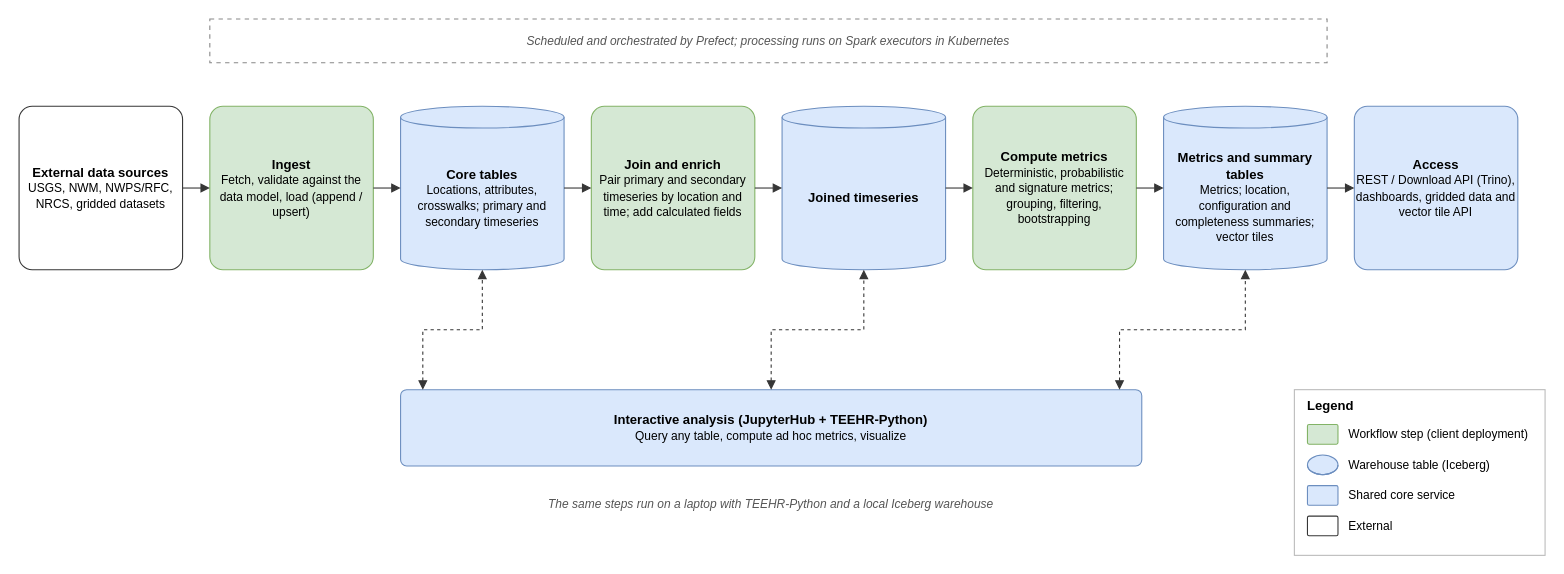
The draw.io diagram page "End-to-end data flow" (3 of 5) of docs/diagrams/drawio/teehr-framework.drawio in RTIInternational/teehr-cloud-core, before the edit. Source tidied: cells renumbered, new cells numbered last; positions are measured from the earlier drawing's top-left corner, leaving out a move shared by most shapes. Both pictures are drawn from the tidied source at 109%, with x=0, y=0 at pixel (19, 19).
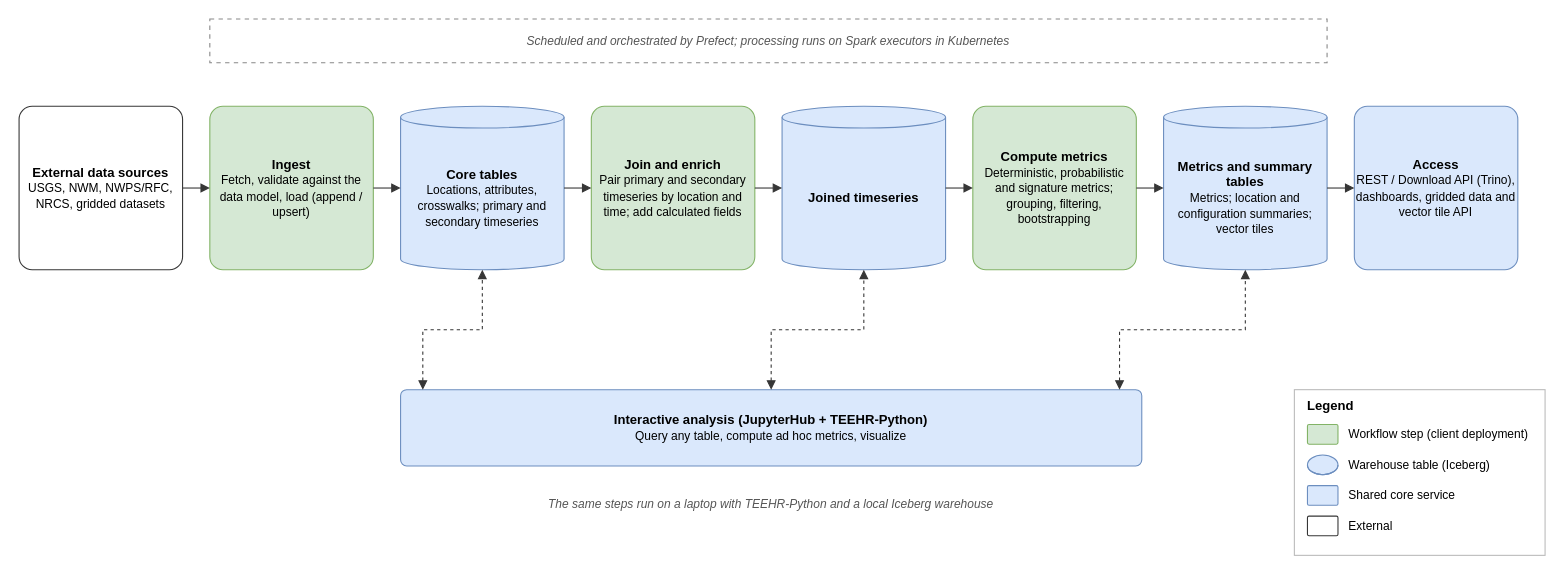
The same diagram, later.

The edit, as a diff of the source:
```diff
@@
-    <mxCell id="14" value="&lt;b&gt;Metrics and summary tables&lt;/b&gt;&lt;br&gt;&lt;font style=&quot;font-size:11px&quot;&gt;Metrics; location, configuration and completeness summaries; vector tiles&lt;/font&gt;" style="shape=cylinder3;whiteSpace=wrap;html=1;boundedLbl=1;backgroundOutline=1;size=10;fontSize=12;fillColor=#dae8fc;strokeColor=#6c8ebf;" parent="1" vertex="1">
+    <mxCell id="14" value="&lt;b&gt;Metrics and summary tables&lt;/b&gt;&lt;br&gt;&lt;font style=&quot;font-size:11px&quot;&gt;Metrics; location and configuration summaries; vector tiles&lt;/font&gt;" style="shape=cylinder3;whiteSpace=wrap;html=1;boundedLbl=1;backgroundOutline=1;size=10;fontSize=12;fillColor=#dae8fc;strokeColor=#6c8ebf;" parent="1" vertex="1">
       <mxGeometry x="1050" y="80" width="150" height="150" as="geometry" />
     </mxCell>
```
